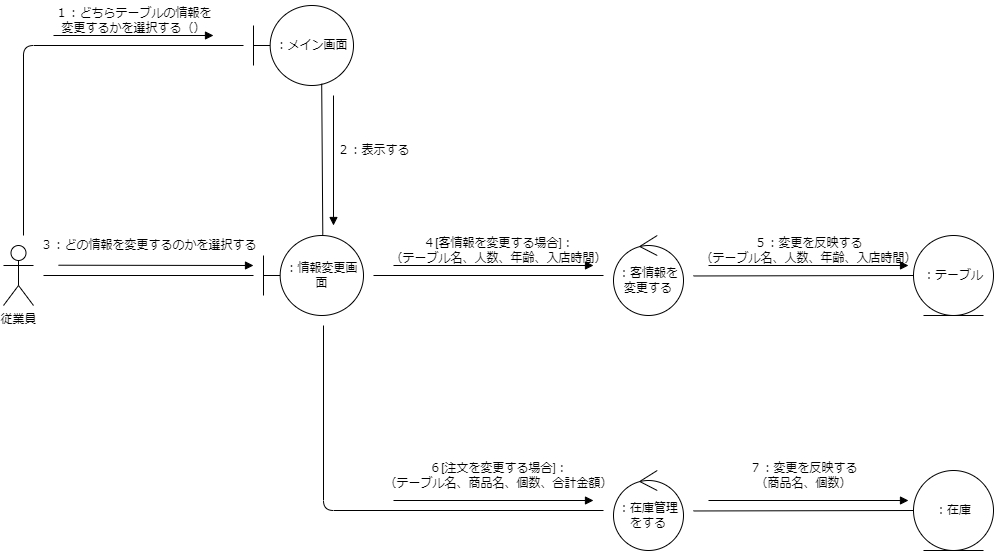
Earlier version of the draw.io export psp4/コミュニケーション図/コミュニケーション図_情報変更.drawio.png (MasakiHiguchi/---). Source tidied: cells renumbered, new cells last; positions are measured from the earlier drawing's top-left corner, leaving out a move shared by most shapes.
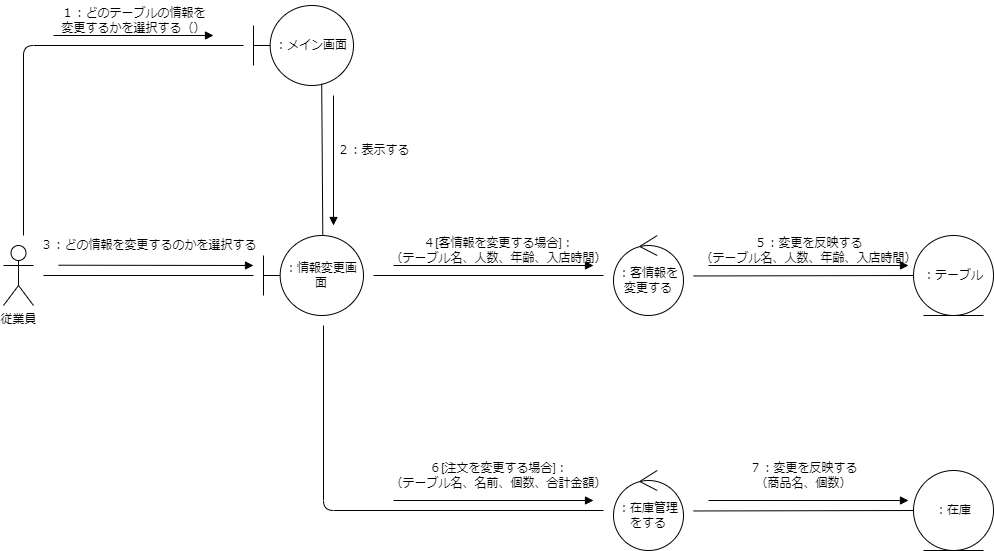
The same diagram one commit later.

The edit, as a diff of the source:
```diff
@@ -34,8 +34,8 @@
     <mxCell id="8" value="：テーブル" style="ellipse;shape=umlEntity;whiteSpace=wrap;html=1;" parent="1" vertex="1">
       <mxGeometry x="910" y="235" width="80" height="80" as="geometry" />
     </mxCell>
-    <mxCell id="9" value="１：どちらテーブルの情報を&lt;br&gt;変更するかを選択する（）" style="text;html=1;align=center;verticalAlign=middle;strokeColor=none;fillColor=none;" parent="1" vertex="1">
-      <mxGeometry x="40" width="180" height="40" as="geometry" />
+    <mxCell id="9" value="１：どのテーブルの情報を&lt;br&gt;変更するかを選択する（）" style="text;html=1;align=center;verticalAlign=middle;strokeColor=none;fillColor=none;" parent="1" vertex="1">
+      <mxGeometry x="45" width="170" height="40" as="geometry" />
     </mxCell>
     <mxCell id="10" value="：情報変更画面" style="shape=umlBoundary;whiteSpace=wrap;html=1;" parent="1" vertex="1">
       <mxGeometry x="260" y="235" width="100" height="80" as="geometry" />
@@ -117,8 +117,8 @@
         <mxPoint x="590" y="500" as="targetPoint" />
       </mxGeometry>
     </mxCell>
-    <mxCell id="27" value="６[注文を変更する場合]：&lt;br&gt;（テーブル名、商品名、個数、合計金額）" style="text;html=1;align=center;verticalAlign=middle;strokeColor=none;fillColor=none;" parent="1" vertex="1">
-      <mxGeometry x="370" y="455" width="250" height="40" as="geometry" />
+    <mxCell id="27" value="６[注文を変更する場合]：&lt;br&gt;（テーブル名、名前、個数、合計金額）" style="text;html=1;align=center;verticalAlign=middle;strokeColor=none;fillColor=none;" parent="1" vertex="1">
+      <mxGeometry x="375" y="455" width="240" height="40" as="geometry" />
     </mxCell>
     <mxCell id="28" value="７：変更を反映する&lt;br&gt;（商品名、個数）" style="text;html=1;align=center;verticalAlign=middle;strokeColor=none;fillColor=none;" parent="1" vertex="1">
       <mxGeometry x="735" y="455" width="130" height="40" as="geometry" />
```
